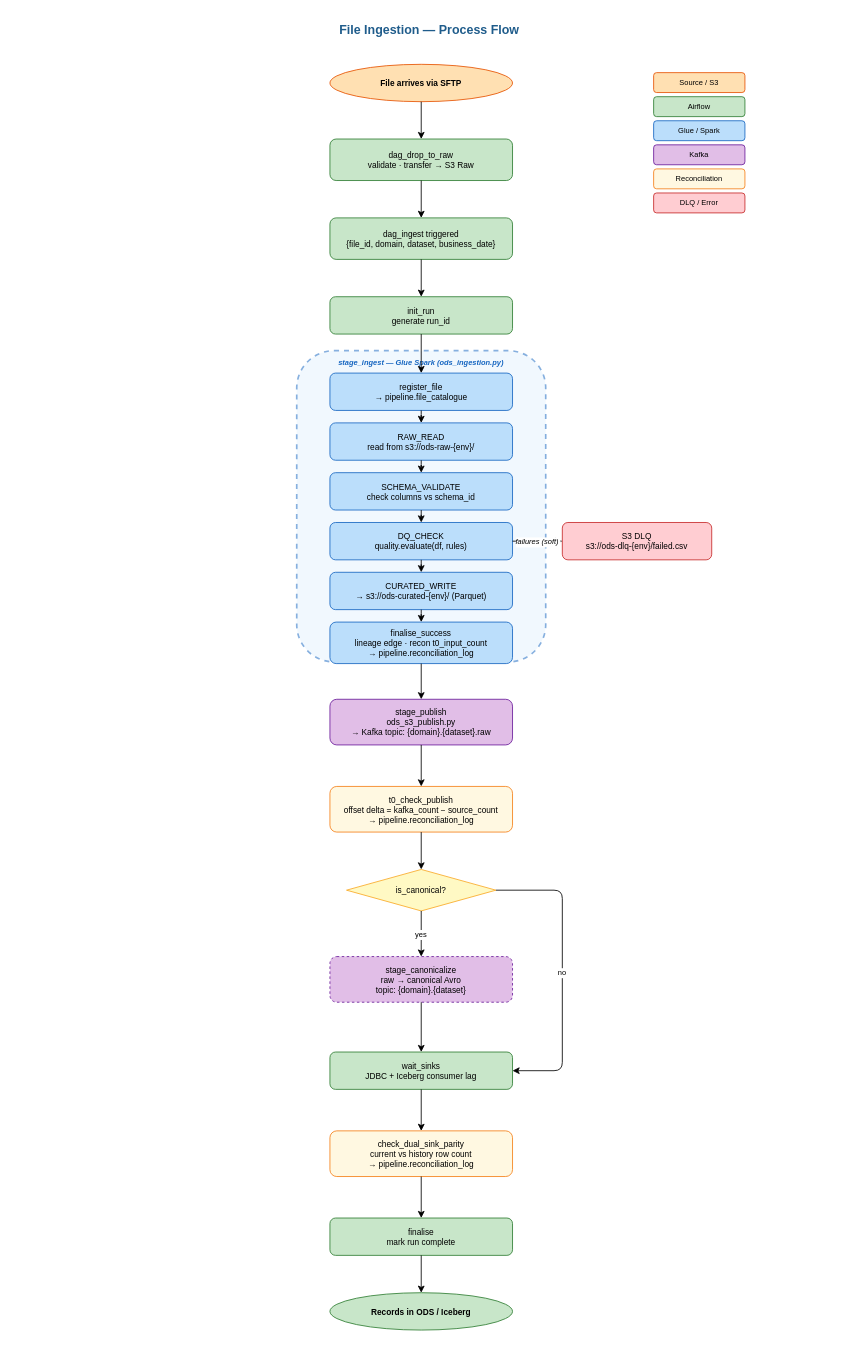
Earlier version of the draw.io diagram page "File Ingestion — Process" (1 of 3) of docs/dev-guides/file-ingestion-route.drawio (holdersav20001/ods). Source tidied: cells renumbered, new cells numbered last; positions are measured from the earlier drawing's top-left corner, leaving out a move shared by most shapes. Both pictures are drawn from the tidied source at 83%, with x=0, y=0 at pixel (14, 14).
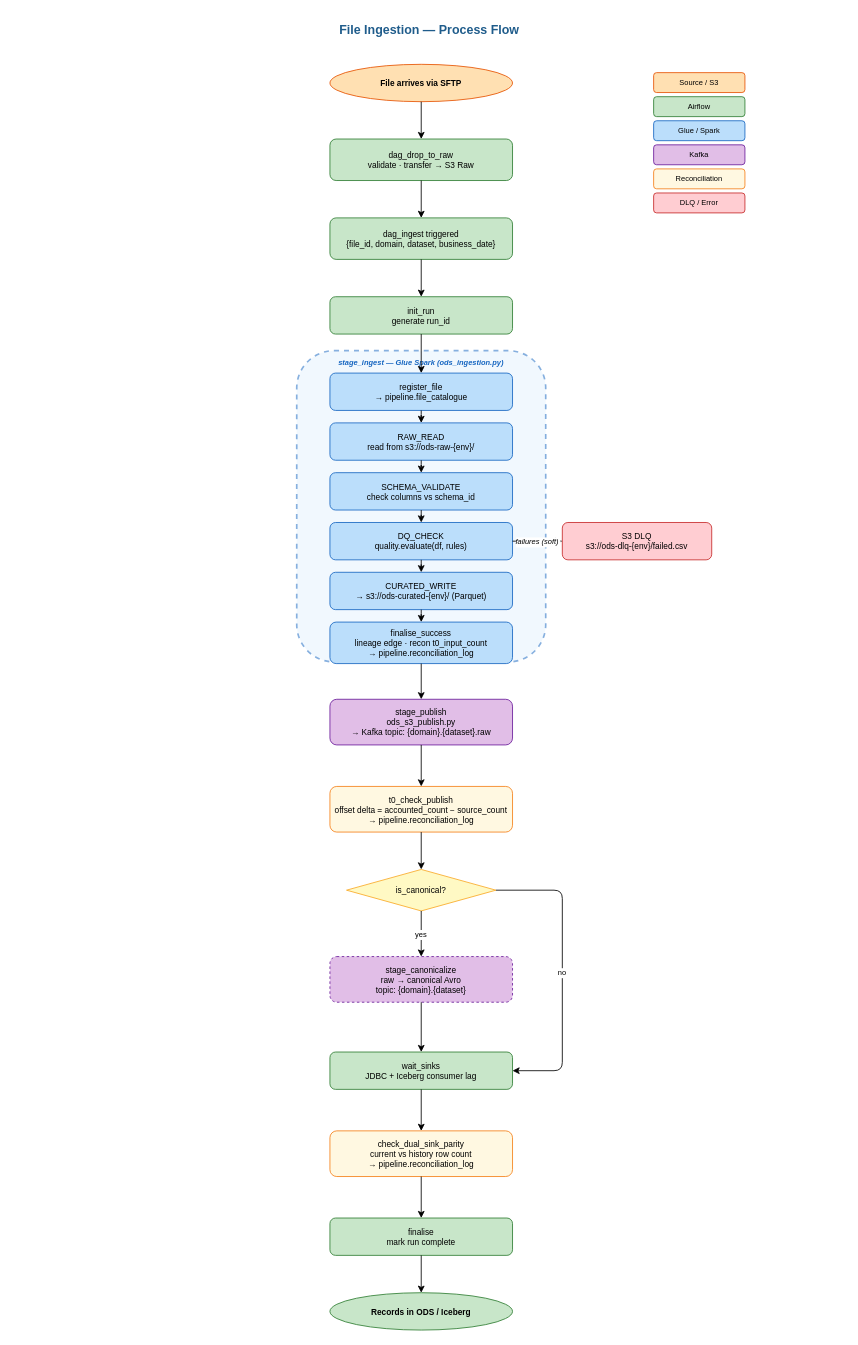
The same page after the edit.

Diff of the diagram source:
```diff
@@
-    <mxCell id="35" value="t0_check_publish&#10;offset delta = kafka_count − source_count&#10;→ pipeline.reconciliation_log" style="rounded=1;whiteSpace=wrap;html=1;fontSize=10;fillColor=#FFF8E1;strokeColor=#F57F17;" parent="1" vertex="1">
+    <mxCell id="35" value="t0_check_publish&#10;offset delta = accounted_count − source_count&#10;→ pipeline.reconciliation_log" style="rounded=1;whiteSpace=wrap;html=1;fontSize=10;fillColor=#FFF8E1;strokeColor=#F57F17;" parent="1" vertex="1">
       <mxGeometry x="380" y="930" width="220" height="55" as="geometry" />
     </mxCell>
```
